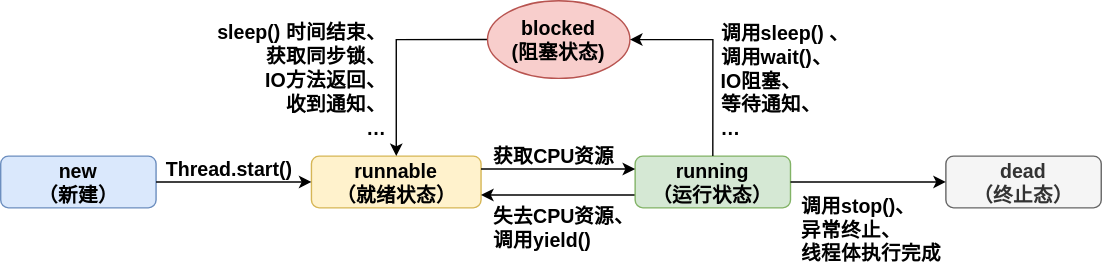
Above: Java/JavaSE/多线程/Java线程的生命周期.drawio.svg in Developer-Tang/notes (draw.io), before the change. Source tidied: cells renumbered, new cells last; positions are measured from the earlier drawing's top-left corner, leaving out a move shared by most shapes.
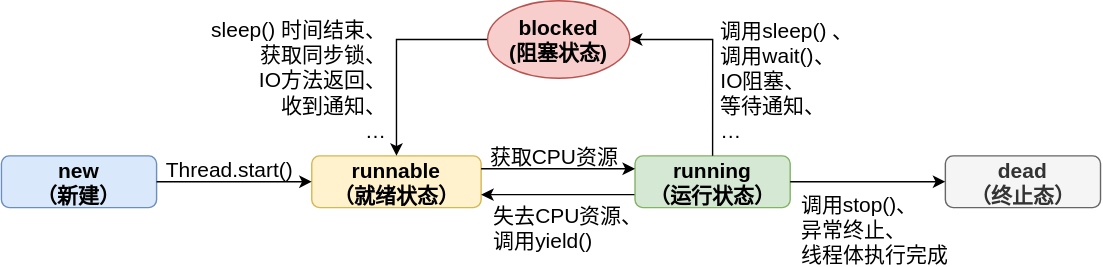
Above is the later version.

Change to the diagram source:
```diff
@@ -2,13 +2,13 @@
   <root>
     <mxCell id="0" />
     <mxCell id="1" parent="0" />
-    <mxCell id="2" value="new&#10;（新建）" style="rounded=1;fontSize=14;glass=0;strokeWidth=1;shadow=0;fillColor=#dae8fc;strokeColor=#6c8ebf;fontStyle=1;labelBackgroundColor=none;" parent="1" vertex="1">
+    <mxCell id="2" value="new&#10;（新建）" style="rounded=1;fontSize=15;glass=0;strokeWidth=1;shadow=0;fillColor=#dae8fc;strokeColor=#6c8ebf;fontStyle=1;labelBackgroundColor=none;" parent="1" vertex="1">
       <mxGeometry y="111" width="111" height="37" as="geometry" />
     </mxCell>
-    <mxCell id="3" value="runnable&#10;（就绪状态）" style="rounded=1;fontSize=14;glass=0;strokeWidth=1;shadow=0;fillColor=#fff2cc;strokeColor=#d6b656;fontStyle=1;labelBackgroundColor=none;" parent="1" vertex="1">
+    <mxCell id="3" value="runnable&#10;（就绪状态）" style="rounded=1;fontSize=15;glass=0;strokeWidth=1;shadow=0;fillColor=#fff2cc;strokeColor=#d6b656;fontStyle=1;labelBackgroundColor=none;" parent="1" vertex="1">
       <mxGeometry x="222" y="111" width="121.2" height="37" as="geometry" />
     </mxCell>
-    <mxCell id="4" style="edgeStyle=orthogonalEdgeStyle;rounded=0;jettySize=auto;fontSize=14;fontStyle=1;labelBackgroundColor=none;" parent="1" edge="1" source="2" target="3">
+    <mxCell id="4" style="edgeStyle=orthogonalEdgeStyle;rounded=0;jettySize=auto;fontSize=15;fontStyle=1;labelBackgroundColor=none;" parent="1" edge="1" source="2" target="3">
       <mxGeometry relative="1" as="geometry">
         <Array as="points">
           <mxPoint x="157.2" y="129.5" />
@@ -16,51 +16,51 @@
         </Array>
       </mxGeometry>
     </mxCell>
-    <mxCell id="5" value="Thread.start()" style="edgeLabel;align=center;verticalAlign=middle;fontStyle=1;fontSize=14;labelBackgroundColor=none;" parent="4" vertex="1">
+    <mxCell id="5" value="Thread.start()" style="edgeLabel;align=center;verticalAlign=middle;fontStyle=0;fontSize=15;labelBackgroundColor=none;" parent="4" vertex="1">
       <mxGeometry x="0.12" y="1" relative="1" as="geometry">
         <mxPoint x="-10" y="-9" as="offset" />
       </mxGeometry>
     </mxCell>
-    <mxCell id="6" value="失去CPU资源、&#10;调用yield()" style="edgeStyle=orthogonalEdgeStyle;rounded=0;jettySize=auto;exitX=0;exitY=0.75;exitDx=0;exitDy=0;entryX=1;entryY=0.75;entryDx=0;entryDy=0;fontSize=14;labelBackgroundColor=none;fontStyle=1;align=left;" parent="1" edge="1" source="7" target="3">
+    <mxCell id="6" value="失去CPU资源、&#10;调用yield()" style="edgeStyle=orthogonalEdgeStyle;rounded=0;jettySize=auto;exitX=0;exitY=0.75;exitDx=0;exitDy=0;entryX=1;entryY=0.75;entryDx=0;entryDy=0;fontSize=15;labelBackgroundColor=none;fontStyle=0;align=left;" parent="1" edge="1" source="7" target="3">
       <mxGeometry x="0.88" y="23" relative="1" as="geometry" />
     </mxCell>
-    <mxCell id="7" value="running&#10;（运行状态）" style="rounded=1;fontSize=14;glass=0;strokeWidth=1;shadow=0;fillColor=#d5e8d4;strokeColor=#82b366;fontStyle=1;labelBackgroundColor=none;" parent="1" vertex="1">
+    <mxCell id="7" value="running&#10;（运行状态）" style="rounded=1;fontSize=15;glass=0;strokeWidth=1;shadow=0;fillColor=#d5e8d4;strokeColor=#82b366;fontStyle=1;labelBackgroundColor=none;" parent="1" vertex="1">
       <mxGeometry x="453.2" y="111" width="111" height="37" as="geometry" />
     </mxCell>
-    <mxCell id="8" style="edgeStyle=orthogonalEdgeStyle;rounded=0;jettySize=auto;fontSize=14;exitX=1;exitY=0.25;exitDx=0;exitDy=0;entryX=0;entryY=0.25;entryDx=0;entryDy=0;fontStyle=1;labelBackgroundColor=none;" parent="1" edge="1" source="3" target="7">
+    <mxCell id="8" style="edgeStyle=orthogonalEdgeStyle;rounded=0;jettySize=auto;fontSize=15;exitX=1;exitY=0.25;exitDx=0;exitDy=0;entryX=0;entryY=0.25;entryDx=0;entryDy=0;fontStyle=1;labelBackgroundColor=none;" parent="1" edge="1" source="3" target="7">
       <mxGeometry relative="1" as="geometry" />
     </mxCell>
-    <mxCell id="9" value="获取CPU资源" style="edgeLabel;align=center;verticalAlign=middle;fontSize=14;fontStyle=1;labelBackgroundColor=none;" parent="8" vertex="1">
+    <mxCell id="9" value="获取CPU资源" style="edgeLabel;align=center;verticalAlign=middle;fontSize=15;fontStyle=0;labelBackgroundColor=none;" parent="8" vertex="1">
       <mxGeometry x="-0.33" y="1" relative="1" as="geometry">
         <mxPoint x="15" y="-9" as="offset" />
       </mxGeometry>
     </mxCell>
-    <mxCell id="10" value="dead&#10;（终止态）" style="rounded=1;fontSize=14;glass=0;strokeWidth=1;shadow=0;fillColor=#f5f5f5;strokeColor=#666666;fontStyle=1;fontColor=#333333;verticalAlign=middle;labelBackgroundColor=none;" parent="1" vertex="1">
+    <mxCell id="10" value="dead&#10;（终止态）" style="rounded=1;fontSize=15;glass=0;strokeWidth=1;shadow=0;fillColor=#f5f5f5;strokeColor=#666666;fontStyle=1;fontColor=#333333;verticalAlign=middle;labelBackgroundColor=none;" parent="1" vertex="1">
       <mxGeometry x="675.2" y="111" width="111" height="37" as="geometry" />
     </mxCell>
-    <mxCell id="11" style="edgeStyle=orthogonalEdgeStyle;rounded=0;jettySize=auto;fontStyle=1;labelBackgroundColor=none;fontSize=14;" parent="1" edge="1" source="7" target="10">
+    <mxCell id="11" style="edgeStyle=orthogonalEdgeStyle;rounded=0;jettySize=auto;fontStyle=1;labelBackgroundColor=none;fontSize=15;" parent="1" edge="1" source="7" target="10">
       <mxGeometry relative="1" as="geometry" />
     </mxCell>
-    <mxCell id="12" value="调用stop()、&#10;异常终止、&#10;线程体执行完成" style="edgeLabel;align=left;verticalAlign=middle;fontSize=14;labelBackgroundColor=none;fontStyle=1;" parent="11" vertex="1">
+    <mxCell id="12" value="调用stop()、&#10;异常终止、&#10;线程体执行完成" style="edgeLabel;align=left;verticalAlign=middle;fontSize=15;labelBackgroundColor=none;fontStyle=0;" parent="11" vertex="1">
       <mxGeometry x="-0.23" y="-3" relative="1" as="geometry">
         <mxPoint x="-37" y="30" as="offset" />
       </mxGeometry>
     </mxCell>
-    <mxCell id="13" style="edgeStyle=orthogonalEdgeStyle;rounded=0;jettySize=auto;exitX=0;exitY=0.5;exitDx=0;exitDy=0;fontSize=14;fontStyle=1;labelBackgroundColor=none;" parent="1" edge="1" source="15" target="3">
+    <mxCell id="13" style="edgeStyle=orthogonalEdgeStyle;rounded=0;jettySize=auto;exitX=0;exitY=0.5;exitDx=0;exitDy=0;fontSize=15;fontStyle=1;labelBackgroundColor=none;" parent="1" edge="1" source="15" target="3">
       <mxGeometry relative="1" as="geometry" />
     </mxCell>
-    <mxCell id="14" value="sleep() 时间结束、&#10;获取同步锁、&#10;IO方法返回、&#10;收到通知、&#10;…" style="edgeLabel;align=right;verticalAlign=middle;fontSize=14;labelBackgroundColor=none;fontStyle=1;" parent="13" vertex="1">
+    <mxCell id="14" value="sleep() 时间结束、&#10;获取同步锁、&#10;IO方法返回、&#10;收到通知、&#10;…" style="edgeLabel;align=right;verticalAlign=middle;fontSize=15;labelBackgroundColor=none;fontStyle=0;" parent="13" vertex="1">
       <mxGeometry x="0.31" y="3" relative="1" as="geometry">
         <mxPoint x="-9" y="-5" as="offset" />
       </mxGeometry>
     </mxCell>
-    <mxCell id="15" value="blocked&#10;(阻塞状态)" style="ellipse;fontSize=14;fontStyle=1;fillColor=#f8cecc;strokeColor=#b85450;labelBackgroundColor=none;" parent="1" vertex="1">
+    <mxCell id="15" value="blocked&#10;(阻塞状态)" style="ellipse;fontSize=15;fontStyle=1;fillColor=#f8cecc;strokeColor=#b85450;labelBackgroundColor=none;" parent="1" vertex="1">
       <mxGeometry x="347.8" width="101.8" height="55.5" as="geometry" />
     </mxCell>
-    <mxCell id="16" style="edgeStyle=orthogonalEdgeStyle;rounded=0;jettySize=auto;exitX=0.5;exitY=0;exitDx=0;exitDy=0;entryX=1;entryY=0.5;entryDx=0;entryDy=0;fontSize=14;fontStyle=1;labelBackgroundColor=none;" parent="1" edge="1" source="7" target="15">
+    <mxCell id="16" style="edgeStyle=orthogonalEdgeStyle;rounded=0;jettySize=auto;exitX=0.5;exitY=0;exitDx=0;exitDy=0;entryX=1;entryY=0.5;entryDx=0;entryDy=0;fontSize=15;fontStyle=1;labelBackgroundColor=none;" parent="1" edge="1" source="7" target="15">
       <mxGeometry relative="1" as="geometry" />
     </mxCell>
-    <mxCell id="17" value="调用sleep() 、&#10;调用wait()、&#10;IO阻塞、&#10;等待通知、&#10;…" style="edgeLabel;align=left;verticalAlign=middle;fontSize=14;labelBackgroundColor=none;fontStyle=1;" parent="16" vertex="1">
+    <mxCell id="17" value="调用sleep() 、&#10;调用wait()、&#10;IO阻塞、&#10;等待通知、&#10;…" style="edgeLabel;align=left;verticalAlign=middle;fontSize=15;labelBackgroundColor=none;fontStyle=0;" parent="16" vertex="1">
       <mxGeometry x="-0.12" y="-1" relative="1" as="geometry">
         <mxPoint x="3" y="8" as="offset" />
       </mxGeometry>
```
